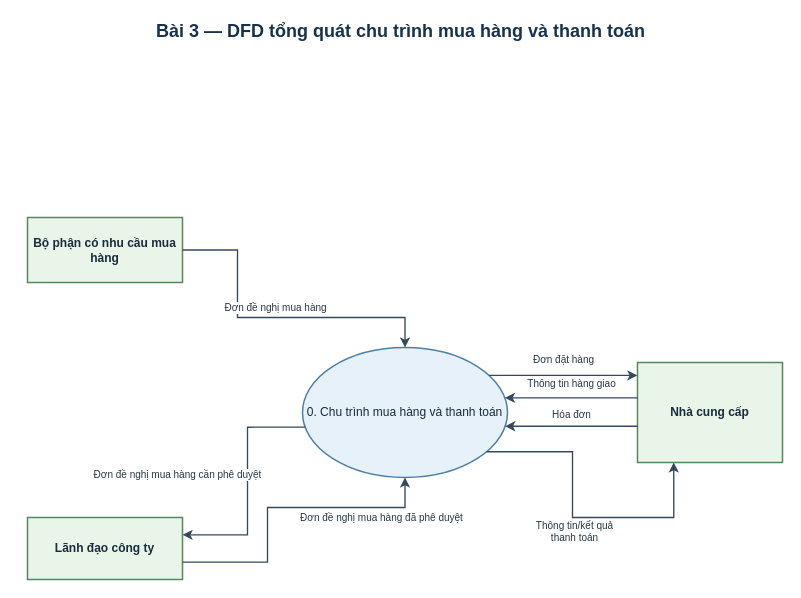
Before: assets/drawio/06_purchase_context_dfd.drawio in saigonbaddielover/thtrang, a draw.io diagram. Source tidied: cells renumbered, new cells numbered last; positions are measured from the earlier drawing's top-left corner, leaving out a move shared by most shapes. Both pictures are drawn from the tidied source at 100%, with x=0, y=0 at pixel (17, 17).
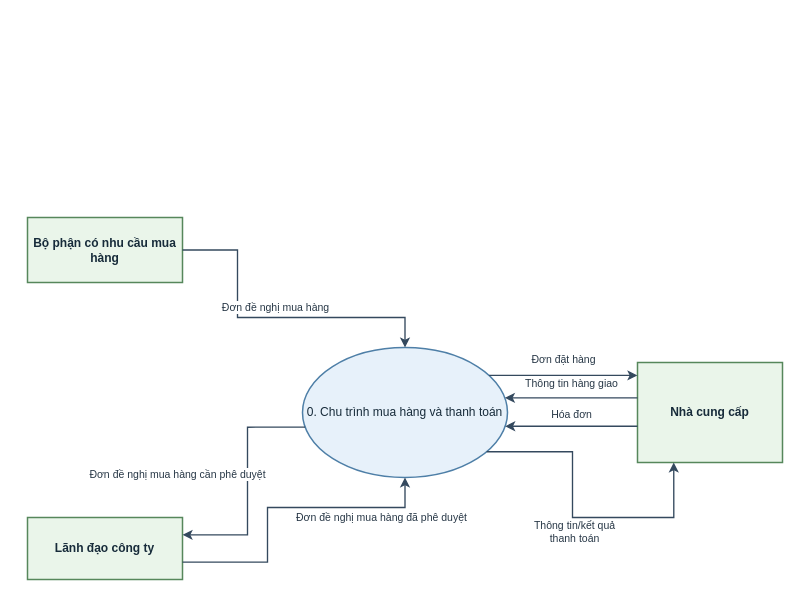
After the change.

Unchanged cells that the change refers to:
```xml
<mxCell id="3" value="Bộ phận có nhu cầu mua hàng" style="rounded=0;html=1;whiteSpace=wrap;fontFamily=Arial;align=center;verticalAlign=middle;fontColor=#172B3A; fontSize=11;fontStyle=1;spacing=5;fillColor=#EAF5EA;strokeColor=#56875B;strokeWidth=1.5;" parent="1" vertex="1">
  <mxGeometry x="10" y="200" width="155" height="65" as="geometry" />
</mxCell>
<mxCell id="4" value="Lãnh đạo công ty" style="rounded=0;html=1;whiteSpace=wrap;fontFamily=Arial;align=center;verticalAlign=middle;fontColor=#172B3A; fontSize=11;fontStyle=1;spacing=5;fillColor=#EAF5EA;strokeColor=#56875B;strokeWidth=1.5;" parent="1" vertex="1">
  <mxGeometry x="10" y="500" width="155" height="62" as="geometry" />
</mxCell>
<mxCell id="5" value="Nhà cung cấp" style="rounded=0;html=1;whiteSpace=wrap;fontFamily=Arial;align=center;verticalAlign=middle;fontColor=#172B3A; fontSize=11;fontStyle=1;spacing=5;fillColor=#EAF5EA;strokeColor=#56875B;strokeWidth=1.5;" parent="1" vertex="1">
  <mxGeometry x="620" y="345" width="145" height="100" as="geometry" />
</mxCell>
<mxCell id="6" value="0. Chu trình mua hàng và thanh toán" style="shape=ellipse;perimeter=ellipsePerimeter;html=1;whiteSpace=wrap;fontFamily=Arial;align=center;verticalAlign=middle;fontColor=#172B3A; fontSize=11;spacing=5;fillColor=#E7F1FA;strokeColor=#4E7FA7;strokeWidth=1.5;" parent="1" vertex="1">
  <mxGeometry x="285" y="330" width="205" height="130" as="geometry" />
</mxCell>
```

The edit, as a diff of the source:
```diff
@@
-    <mxCell id="2" value="Bài 3 — DFD tổng quát chu trình mua hàng và thanh toán" style="text;html=1;whiteSpace=wrap;align=center;verticalAlign=middle;fontFamily=Arial;fontSize=18;fontStyle=1;fontColor=#17324D;strokeColor=none;fillColor=none;" parent="1" vertex="1">
-      <mxGeometry width="767" height="28" as="geometry" />
-    </mxCell>
@@
-    <mxCell id="7" value="Đơn đề nghị mua hàng" style="edgeStyle=orthogonalEdgeStyle;rounded=0;jettySize=auto;html=1;fontFamily=Arial;fontSize=10;fontColor=#273746;labelBackgroundColor=#FFFFFF;strokeColor=#34495E;strokeWidth=1.35;endArrow=classic;endFill=1;exitX=1;exitY=0.5;entryX=0.5;entryY=0;" parent="1" edge="1" source="3" target="6">
+    <mxCell id="7" value="Đơn đề nghị mua hàng" style="edgeStyle=orthogonalEdgeStyle;rounded=0;jettySize=auto;html=1;fontFamily=Arial;fontSize=10.5;fontColor=#273746;labelBackgroundColor=#FFFFFF;strokeColor=#34495E;strokeWidth=1.35;endArrow=classic;endFill=1;exitX=1;exitY=0.5;entryX=0.5;entryY=0;" parent="1" edge="1" source="3" target="6">
       <mxGeometry relative="1" as="geometry">
         <Array as="points">
           <mxPoint x="220" y="232.5" />
           <mxPoint x="220" y="300" />
           <mxPoint x="387.5" y="300" />
         </Array>
         <mxPoint y="-10" as="offset" />
       </mxGeometry>
     </mxCell>
-    <mxCell id="8" value="Đơn đề nghị mua hàng cần phê duyệt" style="edgeStyle=orthogonalEdgeStyle;rounded=0;jettySize=auto;html=1;fontFamily=Arial;fontSize=10;fontColor=#273746;labelBackgroundColor=#FFFFFF;strokeColor=#34495E;strokeWidth=1.35;endArrow=classic;endFill=1;exitX=0;exitY=0.62;entryX=1;entryY=0.28;" parent="1" edge="1" source="6" target="4">
+    <mxCell id="8" value="Đơn đề nghị mua hàng cần phê duyệt" style="edgeStyle=orthogonalEdgeStyle;rounded=0;jettySize=auto;html=1;fontFamily=Arial;fontSize=10.5;fontColor=#273746;labelBackgroundColor=#FFFFFF;strokeColor=#34495E;strokeWidth=1.35;endArrow=classic;endFill=1;exitX=0;exitY=0.62;entryX=1;entryY=0.28;" parent="1" edge="1" source="6" target="4">
       <mxGeometry relative="1" as="geometry">
         <Array as="points">
           <mxPoint x="230" y="410" />
           <mxPoint x="230" y="518" />
         </Array>
         <mxPoint x="-70" y="-10" as="offset" />
       </mxGeometry>
     </mxCell>
-    <mxCell id="9" value="Đơn đề nghị mua hàng đã phê duyệt" style="edgeStyle=orthogonalEdgeStyle;rounded=0;jettySize=auto;html=1;fontFamily=Arial;fontSize=10;fontColor=#273746;labelBackgroundColor=#FFFFFF;strokeColor=#34495E;strokeWidth=1.35;endArrow=classic;endFill=1;exitX=1;exitY=0.72;entryX=0.5;entryY=1;" parent="1" edge="1" source="4" target="6">
+    <mxCell id="9" value="Đơn đề nghị mua hàng đã phê duyệt" style="edgeStyle=orthogonalEdgeStyle;rounded=0;jettySize=auto;html=1;fontFamily=Arial;fontSize=10.5;fontColor=#273746;labelBackgroundColor=#FFFFFF;strokeColor=#34495E;strokeWidth=1.35;endArrow=classic;endFill=1;exitX=1;exitY=0.72;entryX=0.5;entryY=1;" parent="1" edge="1" source="4" target="6">
       <mxGeometry relative="1" as="geometry">
         <Array as="points">
           <mxPoint x="250" y="544.6" />
           <mxPoint x="250" y="490" />
           <mxPoint x="387.5" y="490" />
         </Array>
         <mxPoint x="100" y="10" as="offset" />
       </mxGeometry>
     </mxCell>
-    <mxCell id="10" value="Đơn đặt hàng" style="edgeStyle=orthogonalEdgeStyle;rounded=0;jettySize=auto;html=1;fontFamily=Arial;fontSize=10;fontColor=#273746;labelBackgroundColor=#FFFFFF;strokeColor=#34495E;strokeWidth=1.35;endArrow=classic;endFill=1;exitX=1;exitY=0.15;entryX=0;entryY=0.129;" parent="1" edge="1" source="6" target="5">
+    <mxCell id="10" value="Đơn đặt hàng" style="edgeStyle=orthogonalEdgeStyle;rounded=0;jettySize=auto;html=1;fontFamily=Arial;fontSize=10.5;fontColor=#273746;labelBackgroundColor=#FFFFFF;strokeColor=#34495E;strokeWidth=1.35;endArrow=classic;endFill=1;exitX=1;exitY=0.15;entryX=0;entryY=0.129;" parent="1" edge="1" source="6" target="5">
       <mxGeometry relative="1" as="geometry">
         <mxPoint y="-16" as="offset" />
       </mxGeometry>
     </mxCell>
-    <mxCell id="11" value="Thông tin hàng giao" style="edgeStyle=orthogonalEdgeStyle;rounded=0;jettySize=auto;html=1;fontFamily=Arial;fontSize=10;fontColor=#273746;labelBackgroundColor=#FFFFFF;strokeColor=#34495E;strokeWidth=1.35;endArrow=classic;endFill=1;exitX=0;exitY=0.3532;entryX=1;entryY=0.38;" parent="1" edge="1" source="5" target="6">
+    <mxCell id="11" value="Thông tin hàng giao" style="edgeStyle=orthogonalEdgeStyle;rounded=0;jettySize=auto;html=1;fontFamily=Arial;fontSize=10.5;fontColor=#273746;labelBackgroundColor=#FFFFFF;strokeColor=#34495E;strokeWidth=1.35;endArrow=classic;endFill=1;exitX=0;exitY=0.3532;entryX=1;entryY=0.38;" parent="1" edge="1" source="5" target="6">
       <mxGeometry relative="1" as="geometry">
         <mxPoint y="-14" as="offset" />
       </mxGeometry>
     </mxCell>
-    <mxCell id="12" value="Hóa đơn" style="edgeStyle=orthogonalEdgeStyle;rounded=0;jettySize=auto;html=1;fontFamily=Arial;fontSize=10;fontColor=#273746;labelBackgroundColor=#FFFFFF;strokeColor=#34495E;strokeWidth=1.35;endArrow=classic;endFill=1;exitX=0;exitY=0.6375;entryX=1;entryY=0.615;" parent="1" edge="1" source="5" target="6">
+    <mxCell id="12" value="Hóa đơn" style="edgeStyle=orthogonalEdgeStyle;rounded=0;jettySize=auto;html=1;fontFamily=Arial;fontSize=10.5;fontColor=#273746;labelBackgroundColor=#FFFFFF;strokeColor=#34495E;strokeWidth=1.35;endArrow=classic;endFill=1;exitX=0;exitY=0.6375;entryX=1;entryY=0.615;" parent="1" edge="1" source="5" target="6">
       <mxGeometry relative="1" as="geometry">
         <mxPoint y="-12" as="offset" />
       </mxGeometry>
     </mxCell>
-    <mxCell id="13" value="Thông tin/kết quả&#10;thanh toán" style="edgeStyle=orthogonalEdgeStyle;rounded=0;jettySize=auto;html=1;fontFamily=Arial;fontSize=10;fontColor=#273746;labelBackgroundColor=#FFFFFF;strokeColor=#34495E;strokeWidth=1.35;endArrow=classic;endFill=1;exitX=1;exitY=0.88;entryX=0.25;entryY=1;" parent="1" edge="1" source="6" target="5">
+    <mxCell id="13" value="Thông tin/kết quả&#10;thanh toán" style="edgeStyle=orthogonalEdgeStyle;rounded=0;jettySize=auto;html=1;fontFamily=Arial;fontSize=10.5;fontColor=#273746;labelBackgroundColor=#FFFFFF;strokeColor=#34495E;strokeWidth=1.35;endArrow=classic;endFill=1;exitX=1;exitY=0.88;entryX=0.25;entryY=1;" parent="1" edge="1" source="6" target="5">
       <mxGeometry relative="1" as="geometry">
         <Array as="points">
           <mxPoint x="555" y="434.2" />
           <mxPoint x="555" y="500" />
           <mxPoint x="656.2" y="500" />
         </Array>
         <mxPoint y="14" as="offset" />
       </mxGeometry>
     </mxCell>
```
